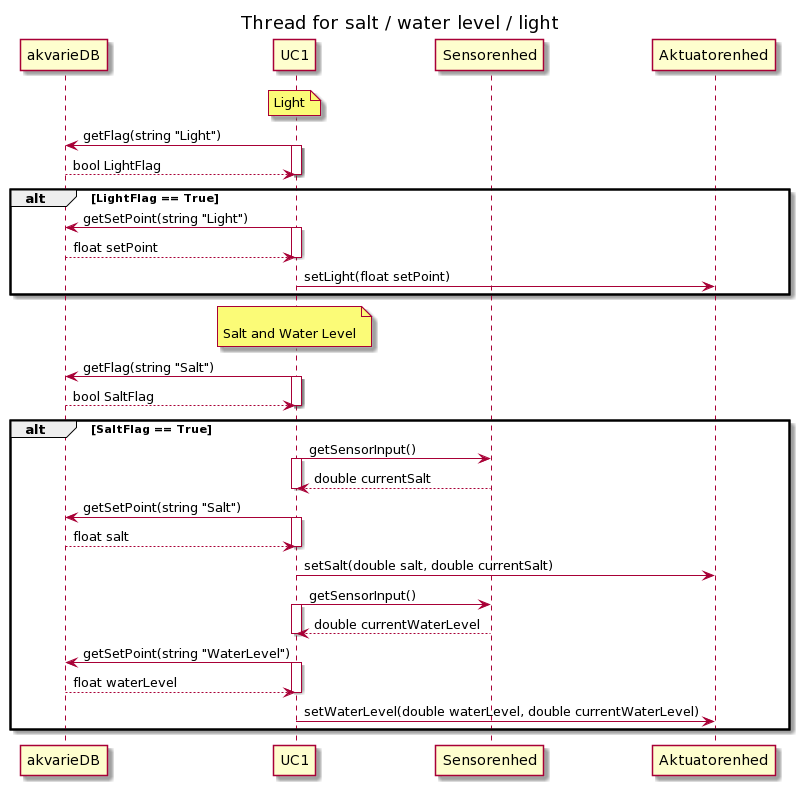
Solvgraa-mager/E4PRJ4 keeps this PlantUML diagram as Design/CC/Funktionssekvens/UseCase1/FunkSekvens1_SWL.png. Above is the earlier version.
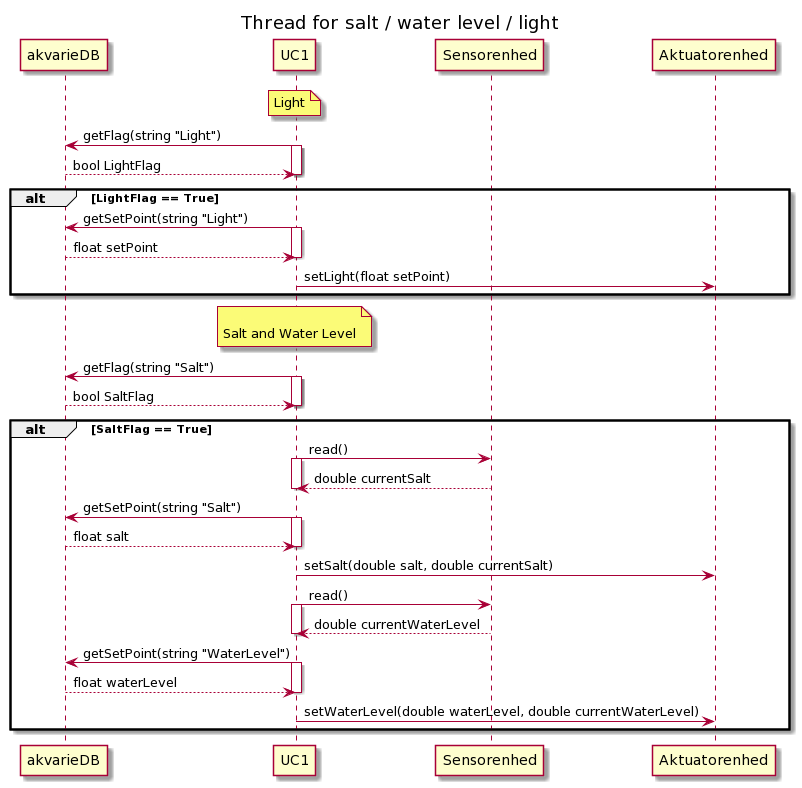
The same file after the commit.

Commit message:
getSensorinput() -> read()

Diff of the diagram source:
```diff
@@ -38,7 +38,7 @@
 
 alt SaltFlag == True
 
-UC1 -> Sensorenhed: getSensorInput()
+UC1 -> Sensorenhed: read()
 activate UC1
 Sensorenhed --> UC1: double currentSalt
 deactivate UC1
@@ -50,7 +50,7 @@
 
 UC1 -> Aktuatorenhed: setSalt(double salt, double currentSalt)
 
-UC1 -> Sensorenhed: getSensorInput()
+UC1 -> Sensorenhed: read()
 activate UC1
 Sensorenhed --> UC1: double currentWaterLevel
 deactivate UC1
```
